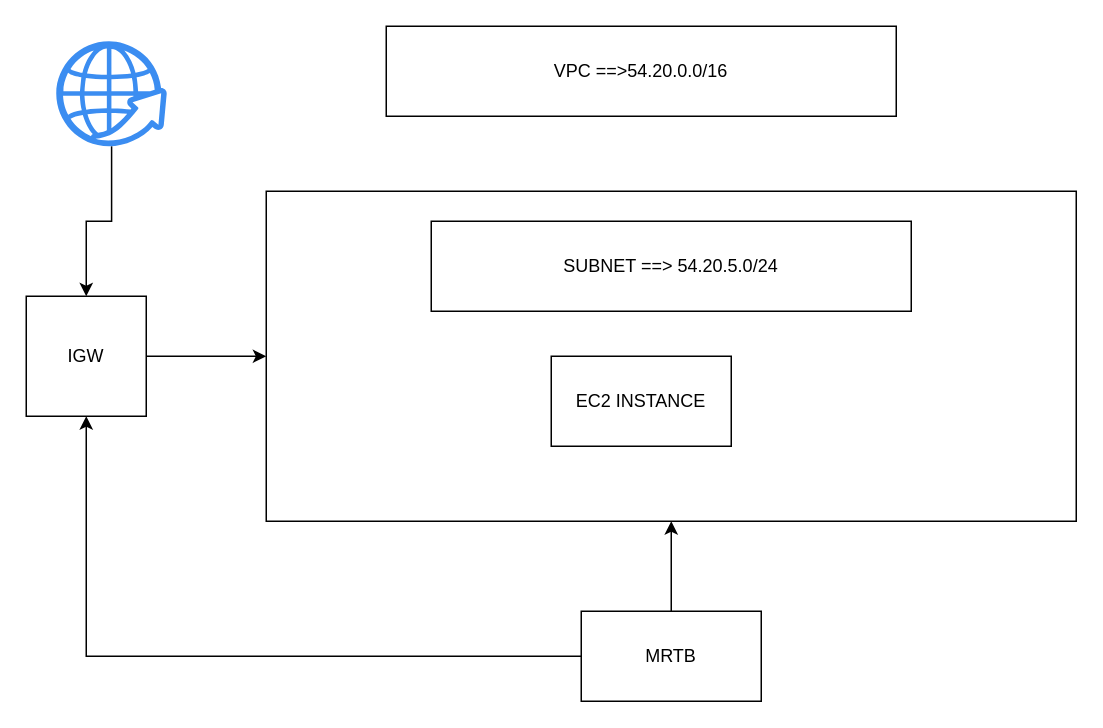
Earlier version of the draw.io diagram Untitled Diagram.drawio (vskumar9/UML-Diagrams). Source tidied: cells renumbered, new cells numbered last; positions are measured from the earlier drawing's top-left corner, leaving out a move shared by most shapes. Both pictures are drawn from the tidied source at 150%, with x=0, y=0 at pixel (26, 26).
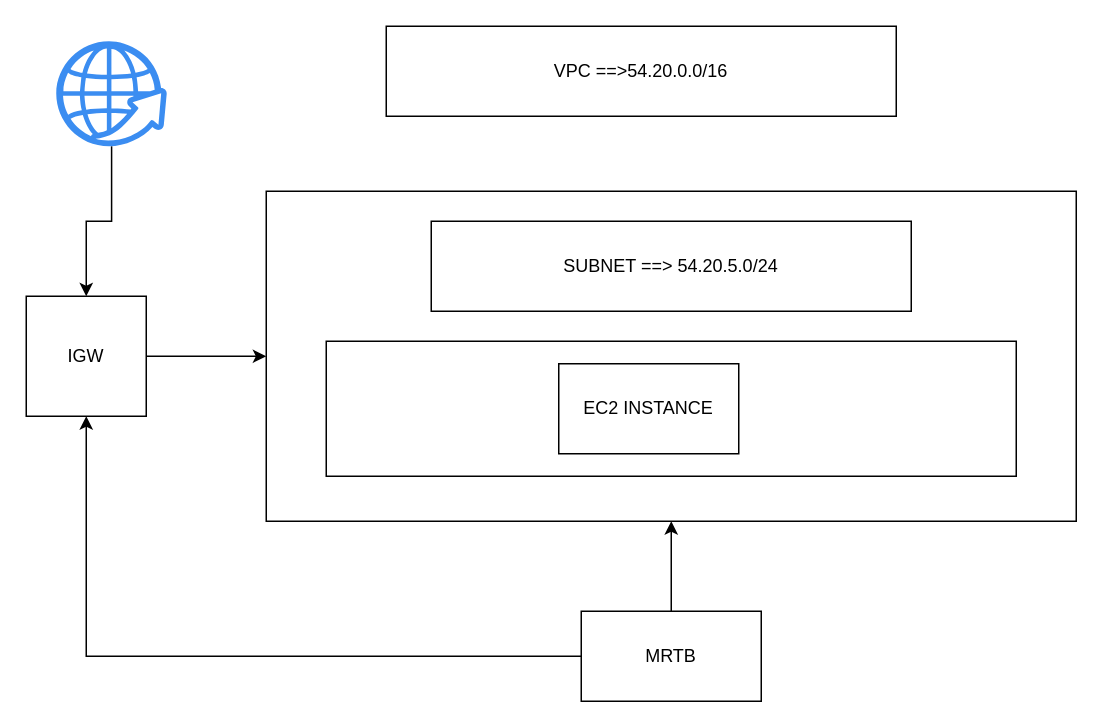
The same page after the edit.

Diff of the diagram source:
```diff
@@
 <mxGraphModel>
   <root>
     <mxCell id="0" />
     <mxCell id="1" parent="0" />
     <mxCell id="2" value="VPC ==&amp;gt;54.20.0.0/16" style="rounded=0;whiteSpace=wrap;html=1;" parent="1" vertex="1">
       <mxGeometry x="240" width="340" height="60" as="geometry" />
     </mxCell>
     <mxCell id="3" style="rounded=0;whiteSpace=wrap;html=1;" parent="1" vertex="1">
       <mxGeometry x="160" y="110" width="540" height="220" as="geometry" />
     </mxCell>
     <mxCell id="4" value="SUBNET ==&amp;gt; 54.20.5.0/24" style="rounded=0;whiteSpace=wrap;html=1;" parent="1" vertex="1">
       <mxGeometry x="270" y="130" width="320" height="60" as="geometry" />
     </mxCell>
     <mxCell id="5" style="edgeStyle=orthogonalEdgeStyle;rounded=0;jettySize=auto;html=1;exitX=1;exitY=0.5;exitDx=0;exitDy=0;" parent="1" edge="1" source="6" target="3">
       <mxGeometry relative="1" as="geometry" />
     </mxCell>
     <mxCell id="6" value="IGW" style="whiteSpace=wrap;html=1;" parent="1" vertex="1">
       <mxGeometry y="180" width="80" height="80" as="geometry" />
     </mxCell>
     <mxCell id="7" style="edgeStyle=orthogonalEdgeStyle;rounded=0;jettySize=auto;html=1;exitX=0.5;exitY=0;exitDx=0;exitDy=0;" parent="1" edge="1" source="9" target="3">
       <mxGeometry relative="1" as="geometry" />
     </mxCell>
     <mxCell id="8" style="edgeStyle=orthogonalEdgeStyle;rounded=0;jettySize=auto;html=1;exitX=0;exitY=0.5;exitDx=0;exitDy=0;entryX=0.5;entryY=1;entryDx=0;entryDy=0;" parent="1" edge="1" source="9" target="6">
       <mxGeometry relative="1" as="geometry" />
     </mxCell>
     <mxCell id="9" value="MRTB" style="rounded=0;whiteSpace=wrap;html=1;" parent="1" vertex="1">
       <mxGeometry x="370" y="390" width="120" height="60" as="geometry" />
     </mxCell>
     <mxCell id="10" style="edgeStyle=orthogonalEdgeStyle;rounded=0;jettySize=auto;html=1;" parent="1" edge="1" source="11" target="6">
       <mxGeometry relative="1" as="geometry" />
     </mxCell>
     <mxCell id="11" style="sketch=0;html=1;strokeColor=none;shadow=0;fillColor=#3B8DF1;verticalAlign=top;labelPosition=center;verticalLabelPosition=bottom;shape=mxgraph.gcp2.globe_world;" parent="1" vertex="1">
       <mxGeometry x="20" y="10" width="73.7" height="70" as="geometry" />
     </mxCell>
+    <mxCell id="13" style="rounded=0;whiteSpace=wrap;html=1;" parent="1" vertex="1">
+      <mxGeometry x="200" y="210" width="460" height="90" as="geometry" />
+    </mxCell>
     <mxCell id="12" value="EC2 INSTANCE" style="rounded=0;whiteSpace=wrap;html=1;" parent="1" vertex="1">
-      <mxGeometry x="350" y="220" width="120" height="60" as="geometry" />
+      <mxGeometry x="355" y="225" width="120" height="60" as="geometry" />
     </mxCell>
   </root>
 </mxGraphModel>
```
